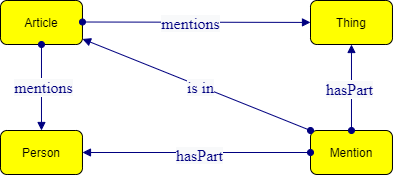
Before: iteration1/modelet1.drawio.png, a diagram exported from draw.io (matteo-guenci/MiTO). Source tidied: cells renumbered, new cells last; positions are measured from the earlier drawing's top-left corner, leaving out a move shared by most shapes. The source it was exported from:
```xml
<mxGraphModel>
  <root>
    <mxCell id="0" />
    <mxCell id="1" parent="0" />
    <mxCell id="2" value="Person" style="graphMlID=n4;shape=rect;rounded=1;arcsize=30;fillColor=#ffff00;strokeColor=#000000;strokeWidth=1.0;" parent="1" vertex="1">
      <mxGeometry y="130" width="82" height="44" as="geometry" />
    </mxCell>
    <mxCell id="3" value="Mention" style="graphMlID=n4;shape=rect;rounded=1;arcsize=30;fillColor=#ffff00;strokeColor=#000000;strokeWidth=1.0;" parent="1" vertex="1">
      <mxGeometry x="310" y="130" width="82" height="44" as="geometry" />
    </mxCell>
    <mxCell id="4" value="Thing" style="graphMlID=n4;shape=rect;rounded=1;arcsize=30;fillColor=#ffff00;strokeColor=#000000;strokeWidth=1.0;" parent="1" vertex="1">
      <mxGeometry x="310" width="82" height="44" as="geometry" />
    </mxCell>
    <mxCell id="5" value="Article" style="graphMlID=n4;shape=rect;rounded=1;arcsize=30;fillColor=#ffff00;strokeColor=#000000;strokeWidth=1.0;" parent="1" vertex="1">
      <mxGeometry width="82" height="44" as="geometry" />
    </mxCell>
    <mxCell id="6" style="graphMlID=e0;rounded=0;endArrow=block;strokeColor=#000080;strokeWidth=1.0;startArrow=oval;startFill=1;endFill=1;exitX=0;exitY=0;exitDx=0;exitDy=0;" parent="1" edge="1" source="3" target="5">
      <mxGeometry relative="1" as="geometry" />
    </mxCell>
    <mxCell id="7" value="&lt;span style=&quot;color: rgb(0 , 0 , 128) ; font-family: &amp;quot;dialog&amp;quot; ; font-size: 16px ; background-color: rgb(248 , 249 , 250)&quot;&gt;is in&lt;/span&gt;" style="text;html=1;align=center;verticalAlign=middle;labelBackgroundColor=#ffffff;" parent="6" vertex="1">
      <mxGeometry x="-0.02" y="2" relative="1" as="geometry">
        <mxPoint x="3" as="offset" />
      </mxGeometry>
    </mxCell>
    <mxCell id="8" style="graphMlID=e0;rounded=0;endArrow=block;strokeColor=#000080;strokeWidth=1.0;startArrow=oval;startFill=1;endFill=1;entryX=0.5;entryY=1;entryDx=0;entryDy=0;exitX=0.5;exitY=0;exitDx=0;exitDy=0;" parent="1" edge="1" source="3" target="4">
      <mxGeometry relative="1" as="geometry" />
    </mxCell>
    <mxCell id="9" value="&lt;span style=&quot;color: rgb(0 , 0 , 128) ; font-family: &amp;quot;dialog&amp;quot; ; font-size: 16px ; background-color: rgb(248 , 249 , 250)&quot;&gt;hasPart&lt;/span&gt;" style="text;html=1;align=center;verticalAlign=middle;labelBackgroundColor=#ffffff;" parent="8" vertex="1">
      <mxGeometry x="-0.02" y="2" relative="1" as="geometry" />
    </mxCell>
    <mxCell id="10" style="graphMlID=e0;rounded=0;endArrow=block;strokeColor=#000080;strokeWidth=1.0;startArrow=oval;startFill=1;endFill=1;exitX=1;exitY=0.5;exitDx=0;exitDy=0;" parent="1" edge="1" target="4">
      <mxGeometry relative="1" as="geometry">
        <mxPoint x="82" y="21.5" as="sourcePoint" />
      </mxGeometry>
    </mxCell>
    <mxCell id="11" value="&lt;span style=&quot;color: rgb(0 , 0 , 128) ; font-family: &amp;quot;dialog&amp;quot; ; font-size: 16px ; background-color: rgb(248 , 249 , 250)&quot;&gt;mentions&lt;/span&gt;" style="text;html=1;align=center;verticalAlign=middle;labelBackgroundColor=#ffffff;" parent="10" vertex="1">
      <mxGeometry x="-0.02" y="2" relative="1" as="geometry">
        <mxPoint x="-4" y="3" as="offset" />
      </mxGeometry>
    </mxCell>
    <mxCell id="12" style="graphMlID=e0;rounded=0;endArrow=block;strokeColor=#000080;strokeWidth=1.0;startArrow=oval;startFill=1;endFill=1;exitX=0.5;exitY=1;exitDx=0;exitDy=0;entryX=0.5;entryY=0;entryDx=0;entryDy=0;" parent="1" edge="1" source="5" target="2">
      <mxGeometry relative="1" as="geometry" />
    </mxCell>
    <mxCell id="13" value="&lt;span style=&quot;color: rgb(0 , 0 , 128) ; font-family: &amp;quot;dialog&amp;quot; ; font-size: 16px ; background-color: rgb(248 , 249 , 250)&quot;&gt;mentions&lt;/span&gt;" style="text;html=1;align=center;verticalAlign=middle;labelBackgroundColor=#ffffff;" parent="12" vertex="1">
      <mxGeometry x="-0.02" y="2" relative="1" as="geometry" />
    </mxCell>
    <mxCell id="14" style="graphMlID=e0;rounded=0;endArrow=block;strokeColor=#000080;strokeWidth=1.0;startArrow=oval;startFill=1;endFill=1;entryX=1;entryY=0.5;entryDx=0;entryDy=0;exitX=0;exitY=0.5;exitDx=0;exitDy=0;" parent="1" edge="1" source="3" target="2">
      <mxGeometry relative="1" as="geometry" />
    </mxCell>
    <mxCell id="15" value="&lt;span style=&quot;color: rgb(0 , 0 , 128) ; font-family: &amp;quot;dialog&amp;quot; ; font-size: 16px ; background-color: rgb(248 , 249 , 250)&quot;&gt;hasPart&lt;/span&gt;" style="text;html=1;align=center;verticalAlign=middle;labelBackgroundColor=#ffffff;" parent="14" vertex="1">
      <mxGeometry x="-0.02" y="2" relative="1" as="geometry" />
    </mxCell>
  </root>
</mxGraphModel>
```
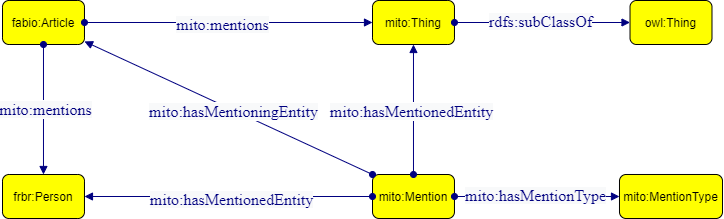
After the commit.

Change to the diagram source:
```diff
@@ -2,22 +2,22 @@
   <root>
     <mxCell id="0" />
     <mxCell id="1" parent="0" />
-    <mxCell id="2" value="Person" style="graphMlID=n4;shape=rect;rounded=1;arcsize=30;fillColor=#ffff00;strokeColor=#000000;strokeWidth=1.0;" parent="1" vertex="1">
-      <mxGeometry y="130" width="82" height="44" as="geometry" />
+    <mxCell id="2" value="frbr:Person" style="graphMlID=n4;shape=rect;rounded=1;arcsize=30;fillColor=#ffff00;strokeColor=#000000;strokeWidth=1.0;" parent="1" vertex="1">
+      <mxGeometry x="-60" y="174" width="82" height="44" as="geometry" />
     </mxCell>
-    <mxCell id="3" value="Mention" style="graphMlID=n4;shape=rect;rounded=1;arcsize=30;fillColor=#ffff00;strokeColor=#000000;strokeWidth=1.0;" parent="1" vertex="1">
-      <mxGeometry x="310" y="130" width="82" height="44" as="geometry" />
+    <mxCell id="3" value="mito:Mention" style="graphMlID=n4;shape=rect;rounded=1;arcsize=30;fillColor=#ffff00;strokeColor=#000000;strokeWidth=1.0;" parent="1" vertex="1">
+      <mxGeometry x="310" y="174" width="82" height="44" as="geometry" />
     </mxCell>
-    <mxCell id="4" value="Thing" style="graphMlID=n4;shape=rect;rounded=1;arcsize=30;fillColor=#ffff00;strokeColor=#000000;strokeWidth=1.0;" parent="1" vertex="1">
+    <mxCell id="4" value="mito:Thing" style="graphMlID=n4;shape=rect;rounded=1;arcsize=30;fillColor=#ffff00;strokeColor=#000000;strokeWidth=1.0;" parent="1" vertex="1">
       <mxGeometry x="310" width="82" height="44" as="geometry" />
     </mxCell>
-    <mxCell id="5" value="Article" style="graphMlID=n4;shape=rect;rounded=1;arcsize=30;fillColor=#ffff00;strokeColor=#000000;strokeWidth=1.0;" parent="1" vertex="1">
-      <mxGeometry width="82" height="44" as="geometry" />
+    <mxCell id="5" value="fabio:Article" style="graphMlID=n4;shape=rect;rounded=1;arcsize=30;fillColor=#ffff00;strokeColor=#000000;strokeWidth=1.0;" parent="1" vertex="1">
+      <mxGeometry x="-60" width="82" height="44" as="geometry" />
     </mxCell>
     <mxCell id="6" style="graphMlID=e0;rounded=0;endArrow=block;strokeColor=#000080;strokeWidth=1.0;startArrow=oval;startFill=1;endFill=1;exitX=0;exitY=0;exitDx=0;exitDy=0;" parent="1" edge="1" source="3" target="5">
       <mxGeometry relative="1" as="geometry" />
     </mxCell>
-    <mxCell id="7" value="&lt;span style=&quot;color: rgb(0 , 0 , 128) ; font-family: &amp;quot;dialog&amp;quot; ; font-size: 16px ; background-color: rgb(248 , 249 , 250)&quot;&gt;is in&lt;/span&gt;" style="text;html=1;align=center;verticalAlign=middle;labelBackgroundColor=#ffffff;" parent="6" vertex="1">
+    <mxCell id="7" value="&lt;span style=&quot;color: rgb(0 , 0 , 128) ; font-family: &amp;quot;dialog&amp;quot; ; font-size: 16px ; background-color: rgb(248 , 249 , 250)&quot;&gt;mito:hasMentioningEntity&lt;/span&gt;" style="text;html=1;align=center;verticalAlign=middle;labelBackgroundColor=#ffffff;" parent="6" vertex="1">
       <mxGeometry x="-0.02" y="2" relative="1" as="geometry">
         <mxPoint x="3" as="offset" />
       </mxGeometry>
@@ -25,15 +25,13 @@
     <mxCell id="8" style="graphMlID=e0;rounded=0;endArrow=block;strokeColor=#000080;strokeWidth=1.0;startArrow=oval;startFill=1;endFill=1;entryX=0.5;entryY=1;entryDx=0;entryDy=0;exitX=0.5;exitY=0;exitDx=0;exitDy=0;" parent="1" edge="1" source="3" target="4">
       <mxGeometry relative="1" as="geometry" />
     </mxCell>
-    <mxCell id="9" value="&lt;span style=&quot;color: rgb(0 , 0 , 128) ; font-family: &amp;quot;dialog&amp;quot; ; font-size: 16px ; background-color: rgb(248 , 249 , 250)&quot;&gt;hasPart&lt;/span&gt;" style="text;html=1;align=center;verticalAlign=middle;labelBackgroundColor=#ffffff;" parent="8" vertex="1">
+    <mxCell id="9" value="&lt;font face=&quot;dialog&quot; color=&quot;#000080&quot;&gt;&lt;span style=&quot;font-size: 16px; background-color: rgb(248, 249, 250);&quot;&gt;mito:hasMentionedEntity&lt;/span&gt;&lt;/font&gt;" style="text;html=1;align=center;verticalAlign=middle;labelBackgroundColor=#ffffff;" parent="8" vertex="1">
       <mxGeometry x="-0.02" y="2" relative="1" as="geometry" />
     </mxCell>
-    <mxCell id="10" style="graphMlID=e0;rounded=0;endArrow=block;strokeColor=#000080;strokeWidth=1.0;startArrow=oval;startFill=1;endFill=1;exitX=1;exitY=0.5;exitDx=0;exitDy=0;" parent="1" edge="1" target="4">
-      <mxGeometry relative="1" as="geometry">
-        <mxPoint x="82" y="21.5" as="sourcePoint" />
-      </mxGeometry>
+    <mxCell id="10" style="graphMlID=e0;rounded=0;endArrow=block;strokeColor=#000080;strokeWidth=1.0;startArrow=oval;startFill=1;endFill=1;exitX=1;exitY=0.5;exitDx=0;exitDy=0;" parent="1" edge="1" source="5" target="4">
+      <mxGeometry relative="1" as="geometry" />
     </mxCell>
-    <mxCell id="11" value="&lt;span style=&quot;color: rgb(0 , 0 , 128) ; font-family: &amp;quot;dialog&amp;quot; ; font-size: 16px ; background-color: rgb(248 , 249 , 250)&quot;&gt;mentions&lt;/span&gt;" style="text;html=1;align=center;verticalAlign=middle;labelBackgroundColor=#ffffff;" parent="10" vertex="1">
+    <mxCell id="11" value="&lt;span style=&quot;color: rgb(0 , 0 , 128) ; font-family: &amp;quot;dialog&amp;quot; ; font-size: 16px ; background-color: rgb(248 , 249 , 250)&quot;&gt;mito:mentions&lt;/span&gt;" style="text;html=1;align=center;verticalAlign=middle;labelBackgroundColor=#ffffff;" parent="10" vertex="1">
       <mxGeometry x="-0.02" y="2" relative="1" as="geometry">
         <mxPoint x="-4" y="3" as="offset" />
       </mxGeometry>
@@ -41,14 +39,32 @@
     <mxCell id="12" style="graphMlID=e0;rounded=0;endArrow=block;strokeColor=#000080;strokeWidth=1.0;startArrow=oval;startFill=1;endFill=1;exitX=0.5;exitY=1;exitDx=0;exitDy=0;entryX=0.5;entryY=0;entryDx=0;entryDy=0;" parent="1" edge="1" source="5" target="2">
       <mxGeometry relative="1" as="geometry" />
     </mxCell>
-    <mxCell id="13" value="&lt;span style=&quot;color: rgb(0 , 0 , 128) ; font-family: &amp;quot;dialog&amp;quot; ; font-size: 16px ; background-color: rgb(248 , 249 , 250)&quot;&gt;mentions&lt;/span&gt;" style="text;html=1;align=center;verticalAlign=middle;labelBackgroundColor=#ffffff;" parent="12" vertex="1">
+    <mxCell id="13" value="&lt;span style=&quot;color: rgb(0 , 0 , 128) ; font-family: &amp;quot;dialog&amp;quot; ; font-size: 16px ; background-color: rgb(248 , 249 , 250)&quot;&gt;mito:mentions&lt;/span&gt;" style="text;html=1;align=center;verticalAlign=middle;labelBackgroundColor=#ffffff;" parent="12" vertex="1">
       <mxGeometry x="-0.02" y="2" relative="1" as="geometry" />
     </mxCell>
     <mxCell id="14" style="graphMlID=e0;rounded=0;endArrow=block;strokeColor=#000080;strokeWidth=1.0;startArrow=oval;startFill=1;endFill=1;entryX=1;entryY=0.5;entryDx=0;entryDy=0;exitX=0;exitY=0.5;exitDx=0;exitDy=0;" parent="1" edge="1" source="3" target="2">
       <mxGeometry relative="1" as="geometry" />
     </mxCell>
-    <mxCell id="15" value="&lt;span style=&quot;color: rgb(0 , 0 , 128) ; font-family: &amp;quot;dialog&amp;quot; ; font-size: 16px ; background-color: rgb(248 , 249 , 250)&quot;&gt;hasPart&lt;/span&gt;" style="text;html=1;align=center;verticalAlign=middle;labelBackgroundColor=#ffffff;" parent="14" vertex="1">
+    <mxCell id="15" value="&lt;span style=&quot;color: rgb(0, 0, 128); font-family: dialog; font-size: 16px; background-color: rgb(248, 249, 250);&quot;&gt;mito:hasMentionedEntity&lt;/span&gt;" style="text;html=1;align=center;verticalAlign=middle;labelBackgroundColor=#ffffff;" parent="14" vertex="1">
       <mxGeometry x="-0.02" y="2" relative="1" as="geometry" />
     </mxCell>
+    <mxCell id="16" style="graphMlID=e0;rounded=0;endArrow=block;strokeColor=#000080;strokeWidth=1.0;startArrow=oval;startFill=1;endFill=1;exitX=1;exitY=0.5;exitDx=0;exitDy=0;entryX=0;entryY=0.5;entryDx=0;entryDy=0;" parent="1" edge="1" source="4" target="18">
+      <mxGeometry relative="1" as="geometry" />
+    </mxCell>
+    <mxCell id="17" value="&lt;span style=&quot;color: rgb(0 , 0 , 128) ; font-family: &amp;quot;dialog&amp;quot; ; font-size: 16px ; background-color: rgb(248 , 249 , 250)&quot;&gt;rdfs:subClassOf&lt;/span&gt;" style="text;html=1;align=center;verticalAlign=middle;labelBackgroundColor=#ffffff;" parent="16" vertex="1">
+      <mxGeometry x="-0.02" y="2" relative="1" as="geometry" />
+    </mxCell>
+    <mxCell id="18" value="owl:Thing" style="graphMlID=n4;shape=rect;rounded=1;arcsize=30;fillColor=#ffff00;strokeColor=#000000;strokeWidth=1.0;" parent="1" vertex="1">
+      <mxGeometry x="567.5" width="82" height="44" as="geometry" />
+    </mxCell>
+    <mxCell id="19" style="graphMlID=e0;rounded=0;endArrow=block;strokeColor=#000080;strokeWidth=1.0;startArrow=oval;startFill=1;endFill=1;exitX=1;exitY=0.5;exitDx=0;exitDy=0;entryX=0;entryY=0.5;entryDx=0;entryDy=0;" parent="1" edge="1" source="3" target="21">
+      <mxGeometry relative="1" as="geometry" />
+    </mxCell>
+    <mxCell id="20" value="&lt;span style=&quot;color: rgb(0 , 0 , 128) ; font-family: &amp;quot;dialog&amp;quot; ; font-size: 16px ; background-color: rgb(248 , 249 , 250)&quot;&gt;mito:hasMentionType&lt;/span&gt;" style="text;html=1;align=center;verticalAlign=middle;labelBackgroundColor=#ffffff;" parent="19" vertex="1">
+      <mxGeometry x="-0.02" y="2" relative="1" as="geometry" />
+    </mxCell>
+    <mxCell id="21" value="mito:MentionType" style="graphMlID=n4;shape=rect;rounded=1;arcsize=30;fillColor=#ffff00;strokeColor=#000000;strokeWidth=1.0;" parent="1" vertex="1">
+      <mxGeometry x="557" y="174" width="103" height="44" as="geometry" />
+    </mxCell>
   </root>
 </mxGraphModel>
```
